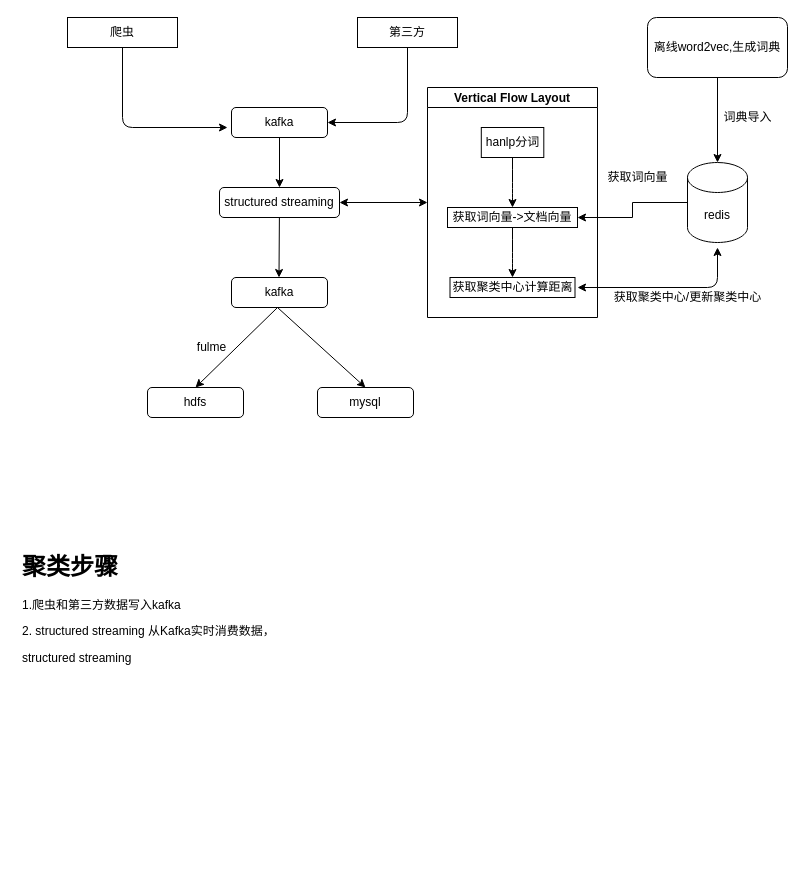
This is 流式聚类.drawio from Kylin-9/learning, a draw.io file, before an edit. Source tidied: cells renumbered, new cells numbered last; positions are measured from the earlier drawing's top-left corner, leaving out a move shared by most shapes. Both pictures are drawn from the tidied source at 100%, with x=0, y=0 at pixel (17, 17).
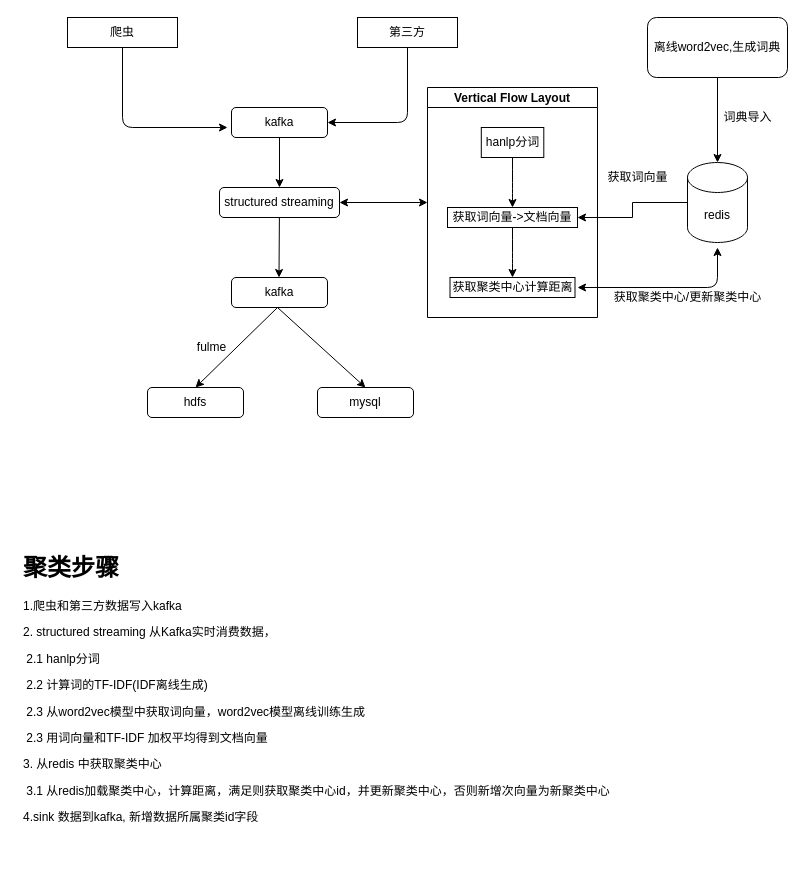
Above is the later version.

The edit, as a diff of the source:
```diff
@@
-    <mxCell id="16" value="&lt;h1&gt;聚类步骤&lt;/h1&gt;&lt;p&gt;1.爬虫和第三方数据写入kafka&lt;/p&gt;&lt;p&gt;2. structured streaming 从Kafka实时消费数据，&lt;/p&gt;&lt;span style=&quot;text-align: center&quot;&gt;structured streaming&lt;/span&gt;" style="text;html=1;strokeColor=none;fillColor=none;spacing=5;spacingTop=-20;whiteSpace=wrap;overflow=hidden;rounded=0;" parent="1" vertex="1">
-      <mxGeometry y="530" width="590" height="290" as="geometry" />
+    <mxCell id="16" value="&lt;h1&gt;聚类步骤&lt;/h1&gt;&lt;p&gt;1.爬虫和第三方数据写入kafka&lt;/p&gt;&lt;p&gt;2. structured streaming 从Kafka实时消费数据，&lt;/p&gt;&lt;p&gt;&lt;span style=&quot;white-space: pre&quot;&gt; &lt;/span&gt;2.1 hanlp分词&lt;br&gt;&lt;/p&gt;&lt;p&gt;&lt;span style=&quot;white-space: pre&quot;&gt; &lt;/span&gt;2.2 计算词的TF-IDF(IDF离线生成)&lt;br&gt;&lt;/p&gt;&lt;p&gt;&lt;span style=&quot;white-space: pre&quot;&gt; &lt;/span&gt;2.3 从word2vec模型中获取词向量，word2vec模型离线训练生成&lt;br&gt;&lt;/p&gt;&lt;p&gt;&lt;span style=&quot;white-space: pre&quot;&gt; &lt;/span&gt;2.3 用词向量和TF-IDF 加权平均得到文档向量&lt;/p&gt;&lt;p&gt;3. 从redis 中获取聚类中心&lt;/p&gt;&lt;p&gt;&lt;span style=&quot;white-space: pre&quot;&gt; &lt;/span&gt;3.1 从redis加载聚类中心，计算距离，满足则获取聚类中心id，并更新聚类中心，否则新增次向量为新聚类中心&lt;br&gt;&lt;/p&gt;&lt;p&gt;4.sink 数据到kafka, 新增数据所属聚类id字段&lt;/p&gt;" style="text;html=1;strokeColor=none;fillColor=none;spacing=5;spacingTop=-20;whiteSpace=wrap;overflow=hidden;rounded=0;" parent="1" vertex="1">
+      <mxGeometry x="1" y="531" width="690" height="320" as="geometry" />
     </mxCell>
```
